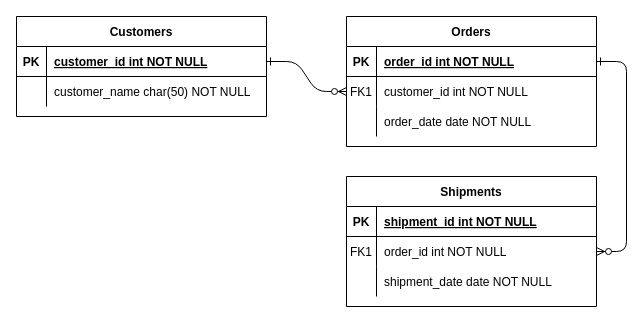
Before: ERD.drawio in wilken311/laravel-refresh-todoapp, a draw.io diagram. Source tidied: cells renumbered, new cells numbered last; positions are measured from the earlier drawing's top-left corner, leaving out a move shared by most shapes. Both pictures are drawn from the tidied source at 100%, with x=0, y=0 at pixel (16, 16).
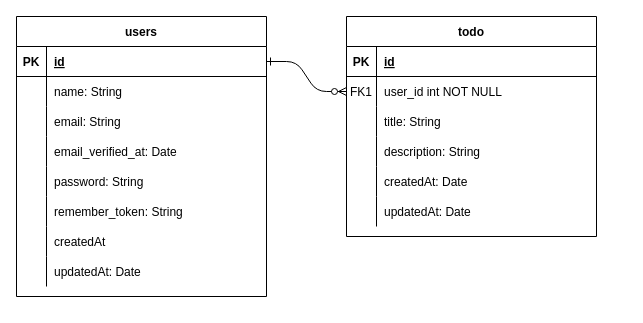
The same diagram, later.

The change refers to these unchanged cells:
```xml
<mxCell id="5" style="shape=partialRectangle;fillColor=none;points=[[0,0.5],[1,0.5]];portConstraint=eastwest;top=0;left=0;right=0;bottom=1;" parent="4" vertex="1">
  <mxGeometry y="30" width="250" height="30" as="geometry" />
</mxCell>
<mxCell id="8" style="shape=partialRectangle;fillColor=none;points=[[0,0.5],[1,0.5]];portConstraint=eastwest;top=0;left=0;right=0;bottom=0;" parent="4" vertex="1">
  <mxGeometry y="60" width="250" height="30" as="geometry" />
</mxCell>
<mxCell id="11" style="shape=partialRectangle;fillColor=none;top=0;left=0;right=0;bottom=0;" parent="4" vertex="1">
  <mxGeometry y="90" width="250" height="30" as="geometry" />
</mxCell>
<mxCell id="25" style="shape=partialRectangle;fillColor=none;points=[[0,0.5],[1,0.5]];portConstraint=eastwest;top=0;left=0;right=0;bottom=1;" parent="24" vertex="1">
  <mxGeometry y="30" width="250" height="30" as="geometry" />
</mxCell>
<mxCell id="28" style="shape=partialRectangle;fillColor=none;top=0;left=0;right=0;bottom=0;" parent="24" vertex="1">
  <mxGeometry y="60" width="250" height="30" as="geometry" />
</mxCell>
```

What changed in the source:
```diff
@@
-    <mxCell id="3" style="edgeStyle=entityRelationEdgeStyle;endArrow=ERzeroToMany;startArrow=ERone;endFill=1;startFill=0;" parent="1" edge="1" source="5" target="18">
-      <mxGeometry relative="1" as="geometry" />
-    </mxCell>
-    <mxCell id="4" value="Orders" style="shape=table;startSize=30;childLayout=tableLayout;rowLines=0;fontStyle=1;align=center;" parent="1" vertex="1">
-      <mxGeometry x="330" width="250" height="130" as="geometry" />
+    <mxCell id="4" value="todo" style="shape=table;startSize=30;childLayout=tableLayout;rowLines=0;fontStyle=1;align=center;" parent="1" vertex="1">
+      <mxGeometry x="330" width="250" height="220" as="geometry" />
     </mxCell>
@@
-    <mxCell id="7" value="order_id int NOT NULL " style="shape=partialRectangle;overflow=hidden;fillColor=none;top=0;left=0;bottom=0;right=0;align=left;spacingLeft=6;fontStyle=5;" parent="5" vertex="1">
+    <mxCell id="7" value="id" style="shape=partialRectangle;overflow=hidden;fillColor=none;top=0;left=0;bottom=0;right=0;align=left;spacingLeft=6;fontStyle=5;" parent="5" vertex="1">
       <mxGeometry x="30" width="220" height="30" as="geometry" />
     </mxCell>
@@
-    <mxCell id="10" value="customer_id int NOT NULL" style="shape=partialRectangle;overflow=hidden;fillColor=none;top=0;left=0;bottom=0;right=0;align=left;spacingLeft=6;" parent="8" vertex="1">
+    <mxCell id="10" value="user_id int NOT NULL" style="shape=partialRectangle;overflow=hidden;fillColor=none;top=0;left=0;bottom=0;right=0;align=left;spacingLeft=6;" parent="8" vertex="1">
       <mxGeometry x="30" width="220" height="30" as="geometry" />
     </mxCell>
@@
-    <mxCell id="13" value="order_date date NOT NULL" style="shape=partialRectangle;overflow=hidden;fillColor=none;top=0;left=0;bottom=0;right=0;align=left;spacingLeft=6;" parent="11" vertex="1">
+    <mxCell id="13" value="title: String" style="shape=partialRectangle;overflow=hidden;fillColor=none;top=0;left=0;bottom=0;right=0;align=left;spacingLeft=6;" parent="11" vertex="1">
       <mxGeometry x="30" width="220" height="30" as="geometry" />
     </mxCell>
-    <mxCell id="14" value="Shipments" style="shape=table;startSize=30;childLayout=tableLayout;rowLines=0;fontStyle=1;align=center;" parent="1" vertex="1">
-      <mxGeometry x="330" y="160" width="250" height="130" as="geometry" />
-    </mxCell>
-    <mxCell id="15" style="shape=partialRectangle;fillColor=none;top=0;left=0;right=0;bottom=1;" parent="14" vertex="1">
-      <mxGeometry y="30" width="250" height="30" as="geometry" />
-    </mxCell>
-    <mxCell id="16" value="PK" style="shape=partialRectangle;overflow=hidden;fillColor=none;top=0;left=0;bottom=0;right=0;fontStyle=1;" parent="15" vertex="1">
-      <mxGeometry width="30" height="30" as="geometry" />
-    </mxCell>
-    <mxCell id="17" value="shipment_id int NOT NULL " style="shape=partialRectangle;overflow=hidden;fillColor=none;top=0;left=0;bottom=0;right=0;align=left;spacingLeft=6;fontStyle=5;" parent="15" vertex="1">
-      <mxGeometry x="30" width="220" height="30" as="geometry" />
-    </mxCell>
-    <mxCell id="18" style="shape=partialRectangle;fillColor=none;points=[[0,0.5],[1,0.5]];portConstraint=eastwest;top=0;left=0;right=0;bottom=0;" parent="14" vertex="1">
-      <mxGeometry y="60" width="250" height="30" as="geometry" />
-    </mxCell>
-    <mxCell id="19" value="FK1" style="shape=partialRectangle;overflow=hidden;fillColor=none;top=0;left=0;bottom=0;right=0;" parent="18" vertex="1">
-      <mxGeometry width="30" height="30" as="geometry" />
-    </mxCell>
-    <mxCell id="20" value="order_id int NOT NULL" style="shape=partialRectangle;overflow=hidden;fillColor=none;top=0;left=0;bottom=0;right=0;align=left;spacingLeft=6;" parent="18" vertex="1">
-      <mxGeometry x="30" width="220" height="30" as="geometry" />
-    </mxCell>
-    <mxCell id="21" style="shape=partialRectangle;fillColor=none;top=0;left=0;right=0;bottom=0;" parent="14" vertex="1">
-      <mxGeometry y="90" width="250" height="30" as="geometry" />
-    </mxCell>
-    <mxCell id="22" style="shape=partialRectangle;overflow=hidden;fillColor=none;top=0;left=0;bottom=0;right=0;" parent="21" vertex="1">
-      <mxGeometry width="30" height="30" as="geometry" />
-    </mxCell>
-    <mxCell id="23" value="shipment_date date NOT NULL" style="shape=partialRectangle;overflow=hidden;fillColor=none;top=0;left=0;bottom=0;right=0;align=left;spacingLeft=6;" parent="21" vertex="1">
-      <mxGeometry x="30" width="220" height="30" as="geometry" />
-    </mxCell>
+    <mxCell id="31" style="shape=partialRectangle;fillColor=none;top=0;left=0;right=0;bottom=0;" parent="4" vertex="1">
+      <mxGeometry y="120" width="250" height="30" as="geometry" />
+    </mxCell>
+    <mxCell id="32" style="shape=partialRectangle;overflow=hidden;fillColor=none;top=0;left=0;bottom=0;right=0;" parent="31" vertex="1">
+      <mxGeometry width="30" height="30" as="geometry" />
+    </mxCell>
+    <mxCell id="33" value="description: String" style="shape=partialRectangle;overflow=hidden;fillColor=none;top=0;left=0;bottom=0;right=0;align=left;spacingLeft=6;" parent="31" vertex="1">
+      <mxGeometry x="30" width="220" height="30" as="geometry" />
+    </mxCell>
+    <mxCell id="34" style="shape=partialRectangle;fillColor=none;top=0;left=0;right=0;bottom=0;" parent="4" vertex="1">
+      <mxGeometry y="150" width="250" height="30" as="geometry" />
+    </mxCell>
+    <mxCell id="35" style="shape=partialRectangle;overflow=hidden;fillColor=none;top=0;left=0;bottom=0;right=0;" parent="34" vertex="1">
+      <mxGeometry width="30" height="30" as="geometry" />
+    </mxCell>
+    <mxCell id="36" value="createdAt: Date" style="shape=partialRectangle;overflow=hidden;fillColor=none;top=0;left=0;bottom=0;right=0;align=left;spacingLeft=6;" parent="34" vertex="1">
+      <mxGeometry x="30" width="220" height="30" as="geometry" />
+    </mxCell>
+    <mxCell id="37" style="shape=partialRectangle;fillColor=none;top=0;left=0;right=0;bottom=0;" parent="4" vertex="1">
+      <mxGeometry y="180" width="250" height="30" as="geometry" />
+    </mxCell>
+    <mxCell id="38" style="shape=partialRectangle;overflow=hidden;fillColor=none;top=0;left=0;bottom=0;right=0;" parent="37" vertex="1">
+      <mxGeometry width="30" height="30" as="geometry" />
+    </mxCell>
+    <mxCell id="39" value="updatedAt: Date" style="shape=partialRectangle;overflow=hidden;fillColor=none;top=0;left=0;bottom=0;right=0;align=left;spacingLeft=6;" parent="37" vertex="1">
+      <mxGeometry x="30" width="220" height="30" as="geometry" />
+    </mxCell>
-    <mxCell id="24" value="Customers" style="shape=table;startSize=30;childLayout=tableLayout;rowLines=0;fontStyle=1;align=center;" parent="1" vertex="1">
-      <mxGeometry width="250" height="100" as="geometry" />
+    <mxCell id="24" value="users" style="shape=table;startSize=30;childLayout=tableLayout;rowLines=0;fontStyle=1;align=center;" parent="1" vertex="1">
+      <mxGeometry width="250" height="280" as="geometry" />
     </mxCell>
@@
-    <mxCell id="27" value="customer_id int NOT NULL " style="shape=partialRectangle;overflow=hidden;fillColor=none;top=0;left=0;bottom=0;right=0;align=left;spacingLeft=6;fontStyle=5;" parent="25" vertex="1">
+    <mxCell id="27" value="id" style="shape=partialRectangle;overflow=hidden;fillColor=none;top=0;left=0;bottom=0;right=0;align=left;spacingLeft=6;fontStyle=5;" parent="25" vertex="1">
       <mxGeometry x="30" width="220" height="30" as="geometry" />
     </mxCell>
@@
-    <mxCell id="30" value="customer_name char(50) NOT NULL" style="shape=partialRectangle;overflow=hidden;fillColor=none;top=0;left=0;bottom=0;right=0;align=left;spacingLeft=6;" parent="28" vertex="1">
+    <mxCell id="30" value="name: String" style="shape=partialRectangle;overflow=hidden;fillColor=none;top=0;left=0;bottom=0;right=0;align=left;spacingLeft=6;" parent="28" vertex="1">
       <mxGeometry x="30" width="220" height="30" as="geometry" />
     </mxCell>
+    <mxCell id="21" style="shape=partialRectangle;fillColor=none;top=0;left=0;right=0;bottom=0;" parent="24" vertex="1">
+      <mxGeometry y="90" width="250" height="30" as="geometry" />
+    </mxCell>
+    <mxCell id="40" style="shape=partialRectangle;overflow=hidden;fillColor=none;top=0;left=0;bottom=0;right=0;" parent="21" vertex="1">
+      <mxGeometry width="30" height="30" as="geometry" />
+    </mxCell>
+    <mxCell id="41" value="email: String" style="shape=partialRectangle;overflow=hidden;fillColor=none;top=0;left=0;bottom=0;right=0;align=left;spacingLeft=6;" parent="21" vertex="1">
+      <mxGeometry x="30" width="220" height="30" as="geometry" />
+    </mxCell>
+    <mxCell id="42" style="shape=partialRectangle;fillColor=none;top=0;left=0;right=0;bottom=0;" parent="24" vertex="1">
+      <mxGeometry y="120" width="250" height="30" as="geometry" />
+    </mxCell>
+    <mxCell id="43" style="shape=partialRectangle;overflow=hidden;fillColor=none;top=0;left=0;bottom=0;right=0;" parent="42" vertex="1">
+      <mxGeometry width="30" height="30" as="geometry" />
+    </mxCell>
+    <mxCell id="44" value="email_verified_at: Date" style="shape=partialRectangle;overflow=hidden;fillColor=none;top=0;left=0;bottom=0;right=0;align=left;spacingLeft=6;" parent="42" vertex="1">
+      <mxGeometry x="30" width="220" height="30" as="geometry" />
+    </mxCell>
+    <mxCell id="45" style="shape=partialRectangle;fillColor=none;top=0;left=0;right=0;bottom=0;" parent="24" vertex="1">
+      <mxGeometry y="150" width="250" height="30" as="geometry" />
+    </mxCell>
+    <mxCell id="46" style="shape=partialRectangle;overflow=hidden;fillColor=none;top=0;left=0;bottom=0;right=0;" parent="45" vertex="1">
+      <mxGeometry width="30" height="30" as="geometry" />
+    </mxCell>
+    <mxCell id="47" value="password: String" style="shape=partialRectangle;overflow=hidden;fillColor=none;top=0;left=0;bottom=0;right=0;align=left;spacingLeft=6;" parent="45" vertex="1">
+      <mxGeometry x="30" width="220" height="30" as="geometry" />
+    </mxCell>
+    <mxCell id="48" style="shape=partialRectangle;fillColor=none;top=0;left=0;right=0;bottom=0;" parent="24" vertex="1">
+      <mxGeometry y="180" width="250" height="30" as="geometry" />
+    </mxCell>
+    <mxCell id="49" style="shape=partialRectangle;overflow=hidden;fillColor=none;top=0;left=0;bottom=0;right=0;" parent="48" vertex="1">
+      <mxGeometry width="30" height="30" as="geometry" />
+    </mxCell>
+    <mxCell id="50" value="remember_token: String" style="shape=partialRectangle;overflow=hidden;fillColor=none;top=0;left=0;bottom=0;right=0;align=left;spacingLeft=6;" parent="48" vertex="1">
+      <mxGeometry x="30" width="220" height="30" as="geometry" />
+    </mxCell>
+    <mxCell id="51" style="shape=partialRectangle;fillColor=none;top=0;left=0;right=0;bottom=0;" parent="24" vertex="1">
+      <mxGeometry y="210" width="250" height="30" as="geometry" />
+    </mxCell>
+    <mxCell id="52" style="shape=partialRectangle;overflow=hidden;fillColor=none;top=0;left=0;bottom=0;right=0;" parent="51" vertex="1">
+      <mxGeometry width="30" height="30" as="geometry" />
+    </mxCell>
+    <mxCell id="53" value="createdAt" style="shape=partialRectangle;overflow=hidden;fillColor=none;top=0;left=0;bottom=0;right=0;align=left;spacingLeft=6;" parent="51" vertex="1">
+      <mxGeometry x="30" width="220" height="30" as="geometry" />
+    </mxCell>
+    <mxCell id="54" style="shape=partialRectangle;fillColor=none;top=0;left=0;right=0;bottom=0;" parent="24" vertex="1">
+      <mxGeometry y="240" width="250" height="30" as="geometry" />
+    </mxCell>
+    <mxCell id="55" style="shape=partialRectangle;overflow=hidden;fillColor=none;top=0;left=0;bottom=0;right=0;" parent="54" vertex="1">
+      <mxGeometry width="30" height="30" as="geometry" />
+    </mxCell>
+    <mxCell id="56" value="updatedAt: Date" style="shape=partialRectangle;overflow=hidden;fillColor=none;top=0;left=0;bottom=0;right=0;align=left;spacingLeft=6;" parent="54" vertex="1">
+      <mxGeometry x="30" width="220" height="30" as="geometry" />
+    </mxCell>
```
